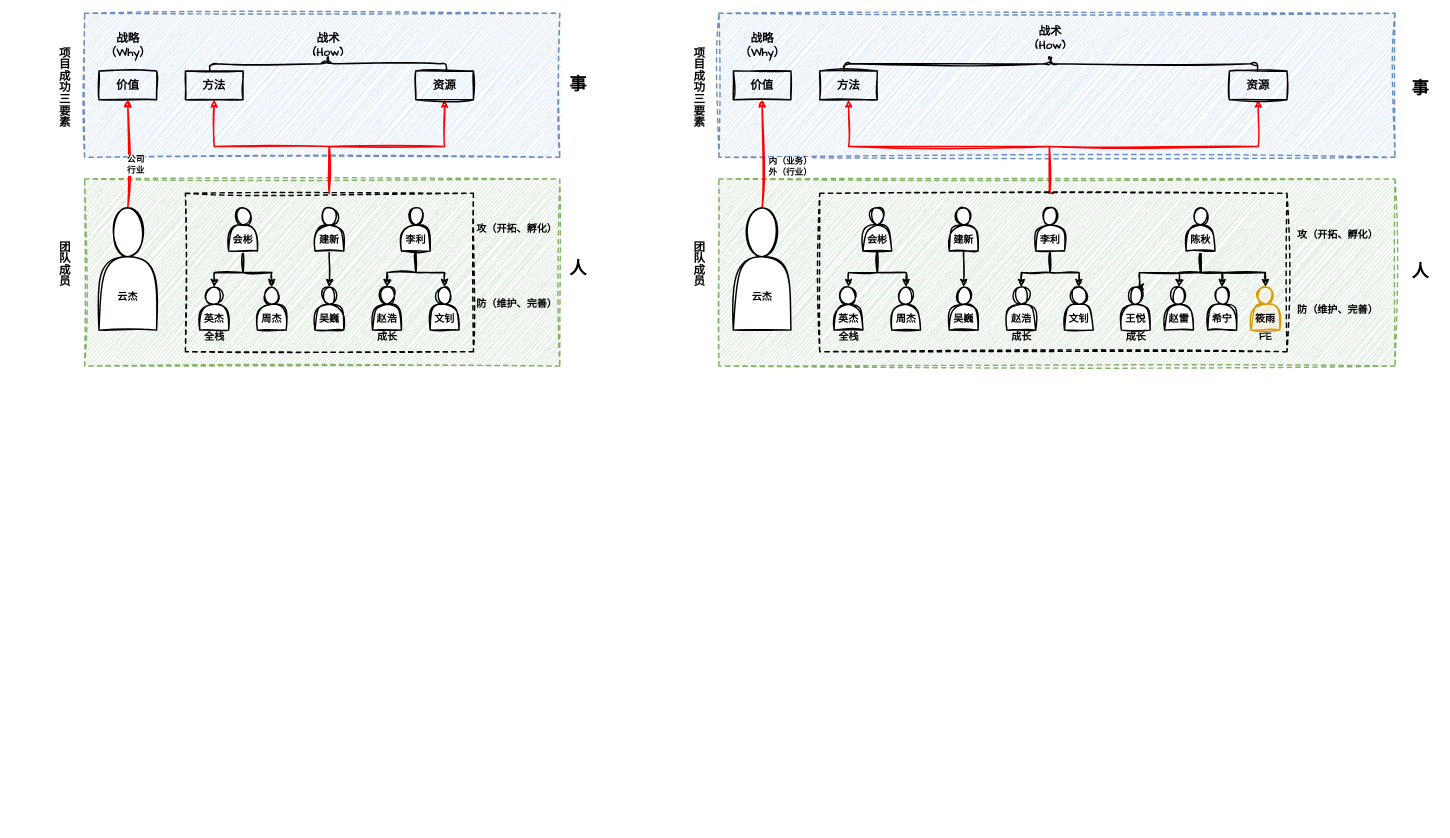
The draw.io diagram personal/duyunjie/管理理念.drawio in zhuanzhuan-tech/arch-draw-io, before the edit. Source tidied: cells renumbered, new cells numbered last; positions are measured from the earlier drawing's top-left corner, leaving out a move shared by most shapes. Both pictures are drawn from the tidied source at 72%, with x=0, y=0 at pixel (12, -143).
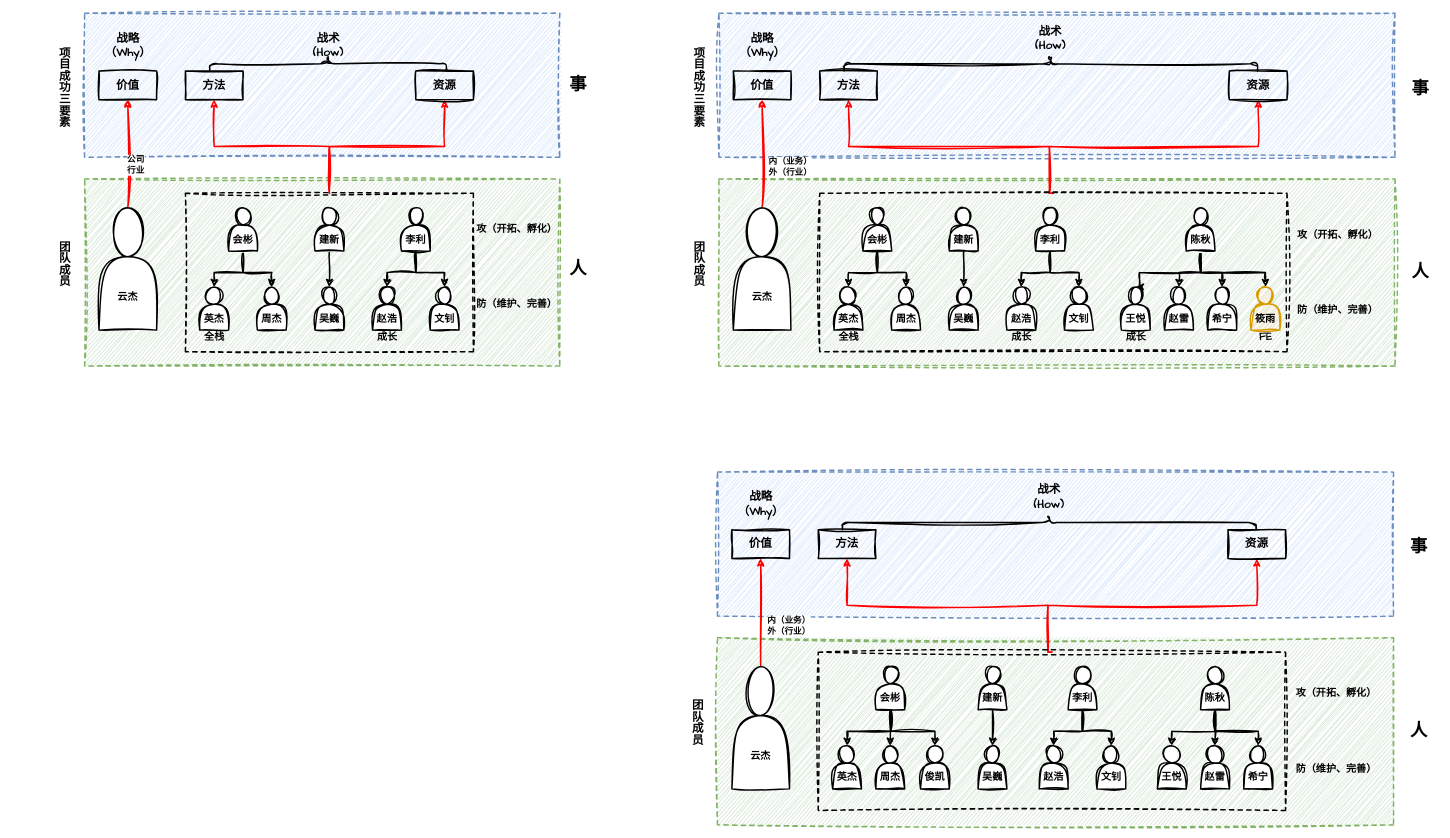
After the change.

Commit message:
更新管理理念.drawio

What changed in the source:
```diff
@@
+    <mxCell id="83" style="rounded=0;whiteSpace=wrap;html=1;sketch=1;hachureGap=4;jiggle=2;curveFitting=1;fontFamily=Architects Daughter;fillColor=#dae8fc;strokeWidth=2;dashed=1;strokeColor=#6c8ebf;" parent="1" vertex="1">
+      <mxGeometry x="979" y="854.2" width="939" height="200" as="geometry" />
+    </mxCell>
+    <mxCell id="84" style="rounded=0;whiteSpace=wrap;html=1;sketch=1;hachureGap=4;jiggle=2;curveFitting=1;fontFamily=Architects Daughter;fillColor=#d5e8d4;dashed=1;strokeWidth=2;strokeColor=#82b366;" parent="1" vertex="1">
+      <mxGeometry x="979" y="1084.2" width="939" height="260" as="geometry" />
+    </mxCell>
+    <mxCell id="85" style="edgeStyle=orthogonalEdgeStyle;rounded=0;sketch=1;hachureGap=4;jiggle=2;curveFitting=1;jettySize=auto;html=1;exitX=0.5;exitY=0;exitDx=0;exitDy=0;entryX=0.5;entryY=1;entryDx=0;entryDy=0;fontFamily=Architects Daughter;strokeWidth=2;strokeColor=#FF0000;" parent="1" edge="1" source="87" target="89">
+      <mxGeometry relative="1" as="geometry">
+        <Array as="points">
+          <mxPoint x="1438" y="1104.2" />
+          <mxPoint x="1438" y="1039.2" />
+          <mxPoint x="1159" y="1039.2" />
+        </Array>
+      </mxGeometry>
+    </mxCell>
+    <mxCell id="86" style="edgeStyle=orthogonalEdgeStyle;rounded=0;sketch=1;hachureGap=4;jiggle=2;curveFitting=1;jettySize=auto;html=1;exitX=0.5;exitY=0;exitDx=0;exitDy=0;entryX=0.5;entryY=1;entryDx=0;entryDy=0;fontFamily=Architects Daughter;strokeWidth=2;strokeColor=#FF0000;" parent="1" edge="1" source="87" target="90">
+      <mxGeometry relative="1" as="geometry">
+        <Array as="points">
+          <mxPoint x="1438" y="1104.2" />
+          <mxPoint x="1438" y="1039.2" />
+          <mxPoint x="1728" y="1039.2" />
+        </Array>
+      </mxGeometry>
+    </mxCell>
+    <mxCell id="87" style="rounded=0;whiteSpace=wrap;html=1;sketch=1;hachureGap=4;jiggle=2;curveFitting=1;fontFamily=Architects Daughter;fillColor=none;dashed=1;strokeWidth=2;" parent="1" vertex="1">
+      <mxGeometry x="1119" y="1104.2" width="649" height="220" as="geometry" />
+    </mxCell>
+    <mxCell id="88" value="&lt;b&gt;&lt;font style=&quot;font-size: 16px;&quot;&gt;价值&lt;/font&gt;&lt;/b&gt;" style="rounded=0;whiteSpace=wrap;html=1;sketch=1;hachureGap=4;jiggle=2;curveFitting=1;fontFamily=Architects Daughter;fillColor=none;strokeWidth=2;" parent="1" vertex="1">
+      <mxGeometry x="999" y="934.2" width="80" height="40" as="geometry" />
+    </mxCell>
+    <mxCell id="89" value="&lt;span style=&quot;font-size: 16px;&quot;&gt;&lt;b&gt;方法&lt;/b&gt;&lt;/span&gt;" style="rounded=0;whiteSpace=wrap;html=1;sketch=1;hachureGap=4;jiggle=2;curveFitting=1;fontFamily=Architects Daughter;fillColor=none;strokeWidth=2;" parent="1" vertex="1">
+      <mxGeometry x="1119" y="934.2" width="80" height="40" as="geometry" />
+    </mxCell>
+    <mxCell id="90" value="&lt;span style=&quot;font-size: 16px;&quot;&gt;&lt;b&gt;资源&lt;/b&gt;&lt;/span&gt;" style="rounded=0;whiteSpace=wrap;html=1;sketch=1;hachureGap=4;jiggle=2;curveFitting=1;fontFamily=Architects Daughter;fillColor=none;strokeWidth=2;" parent="1" vertex="1">
+      <mxGeometry x="1688" y="934.2" width="80" height="40" as="geometry" />
+    </mxCell>
+    <mxCell id="91" style="shape=curlyBracket;whiteSpace=wrap;html=1;rounded=1;labelPosition=left;verticalLabelPosition=middle;align=right;verticalAlign=middle;sketch=1;hachureGap=4;jiggle=2;curveFitting=1;fontFamily=Architects Daughter;strokeWidth=2;rotation=90;" parent="1" vertex="1">
+      <mxGeometry x="1429.9" y="637" width="20" height="574.4" as="geometry" />
+    </mxCell>
+    <mxCell id="92" value="&lt;b&gt;&lt;font style=&quot;font-size: 16px;&quot;&gt;战术&lt;/font&gt;&lt;/b&gt;&lt;div&gt;&lt;b&gt;&lt;font style=&quot;font-size: 16px;&quot;&gt;(How)&lt;/font&gt;&lt;/b&gt;&lt;/div&gt;" style="text;html=1;align=center;verticalAlign=middle;strokeColor=none;fillColor=none;fontFamily=Architects Daughter;" parent="1" vertex="1">
+      <mxGeometry x="1404" y="864.2" width="70" height="50" as="geometry" />
+    </mxCell>
+    <mxCell id="93" value="&lt;b&gt;&lt;font style=&quot;font-size: 16px;&quot;&gt;战略&lt;/font&gt;&lt;/b&gt;&lt;div&gt;&lt;b&gt;&lt;font style=&quot;font-size: 16px;&quot;&gt;（Why）&lt;/font&gt;&lt;/b&gt;&lt;/div&gt;" style="text;html=1;align=center;verticalAlign=middle;strokeColor=none;fillColor=none;fontFamily=Architects Daughter;" parent="1" vertex="1">
+      <mxGeometry x="994" y="874.2" width="90" height="50" as="geometry" />
+    </mxCell>
+    <mxCell id="94" style="edgeStyle=orthogonalEdgeStyle;rounded=0;sketch=1;hachureGap=4;jiggle=2;curveFitting=1;jettySize=auto;html=1;exitX=0.5;exitY=1;exitDx=0;exitDy=0;entryX=0.5;entryY=0;entryDx=0;entryDy=0;fontFamily=Architects Daughter;strokeWidth=2;" parent="1" edge="1" source="97" target="98">
+      <mxGeometry relative="1" as="geometry">
+        <Array as="points">
+          <mxPoint x="1220" y="1184" />
+          <mxPoint x="1220" y="1214" />
+          <mxPoint x="1159" y="1214" />
+        </Array>
+      </mxGeometry>
+    </mxCell>
+    <mxCell id="95" style="edgeStyle=orthogonalEdgeStyle;rounded=0;sketch=1;hachureGap=4;jiggle=2;curveFitting=1;jettySize=auto;html=1;exitX=0.5;exitY=1;exitDx=0;exitDy=0;entryX=0.5;entryY=0;entryDx=0;entryDy=0;fontFamily=Architects Daughter;strokeWidth=2;" parent="1" edge="1" source="97" target="123">
+      <mxGeometry relative="1" as="geometry">
+        <Array as="points">
+          <mxPoint x="1220" y="1184" />
+          <mxPoint x="1220" y="1214" />
+          <mxPoint x="1281" y="1214" />
+        </Array>
+      </mxGeometry>
+    </mxCell>
+    <mxCell id="96" style="edgeStyle=orthogonalEdgeStyle;rounded=0;sketch=1;hachureGap=4;jiggle=2;curveFitting=1;jettySize=auto;html=1;exitX=0.5;exitY=1;exitDx=0;exitDy=0;entryX=0.5;entryY=0;entryDx=0;entryDy=0;fontFamily=Architects Daughter;strokeWidth=2;" parent="1" edge="1" source="97" target="99">
+      <mxGeometry relative="1" as="geometry" />
+    </mxCell>
+    <mxCell id="97" value="&lt;div&gt;&lt;br&gt;&lt;/div&gt;&lt;div&gt;&lt;br&gt;&lt;/div&gt;&lt;b&gt;&lt;font style=&quot;font-size: 14px;&quot;&gt;会彬&lt;/font&gt;&lt;/b&gt;" style="shape=actor;whiteSpace=wrap;html=1;sketch=1;hachureGap=4;jiggle=2;curveFitting=1;fontFamily=Architects Daughter;strokeWidth=2;" parent="1" vertex="1">
+      <mxGeometry x="1199" y="1124.2" width="40" height="60" as="geometry" />
+    </mxCell>
+    <mxCell id="98" value="&lt;div&gt;&lt;br&gt;&lt;/div&gt;&lt;div&gt;&lt;br&gt;&lt;/div&gt;&lt;span style=&quot;font-size: 14px;&quot;&gt;&lt;b&gt;英杰&lt;/b&gt;&lt;/span&gt;" style="shape=actor;whiteSpace=wrap;html=1;sketch=1;hachureGap=4;jiggle=2;curveFitting=1;fontFamily=Architects Daughter;strokeWidth=2;" parent="1" vertex="1">
+      <mxGeometry x="1139" y="1234.2" width="40" height="60" as="geometry" />
+    </mxCell>
+    <mxCell id="99" value="&lt;div&gt;&lt;br&gt;&lt;/div&gt;&lt;div&gt;&lt;br&gt;&lt;/div&gt;&lt;span style=&quot;font-size: 14px;&quot;&gt;&lt;b&gt;周杰&lt;/b&gt;&lt;/span&gt;" style="shape=actor;whiteSpace=wrap;html=1;sketch=1;hachureGap=4;jiggle=2;curveFitting=1;fontFamily=Architects Daughter;strokeWidth=2;" parent="1" vertex="1">
+      <mxGeometry x="1199" y="1234.2" width="40" height="60" as="geometry" />
+    </mxCell>
+    <mxCell id="100" style="edgeStyle=orthogonalEdgeStyle;rounded=0;sketch=1;hachureGap=4;jiggle=2;curveFitting=1;jettySize=auto;html=1;exitX=0.5;exitY=1;exitDx=0;exitDy=0;entryX=0.5;entryY=0;entryDx=0;entryDy=0;fontFamily=Architects Daughter;strokeWidth=2;" parent="1" edge="1" source="101" target="102">
+      <mxGeometry relative="1" as="geometry" />
+    </mxCell>
+    <mxCell id="101" value="&lt;div&gt;&lt;br&gt;&lt;/div&gt;&lt;div&gt;&lt;br&gt;&lt;/div&gt;&lt;span style=&quot;font-size: 14px;&quot;&gt;&lt;b&gt;建新&lt;/b&gt;&lt;/span&gt;" style="shape=actor;whiteSpace=wrap;html=1;sketch=1;hachureGap=4;jiggle=2;curveFitting=1;fontFamily=Architects Daughter;strokeWidth=2;" parent="1" vertex="1">
+      <mxGeometry x="1341" y="1124.2" width="40" height="60" as="geometry" />
+    </mxCell>
+    <mxCell id="102" value="&lt;div&gt;&lt;br&gt;&lt;/div&gt;&lt;div&gt;&lt;br&gt;&lt;/div&gt;&lt;b&gt;&lt;font style=&quot;font-size: 14px;&quot;&gt;吴巍&lt;/font&gt;&lt;/b&gt;" style="shape=actor;whiteSpace=wrap;html=1;sketch=1;hachureGap=4;jiggle=2;curveFitting=1;fontFamily=Architects Daughter;strokeWidth=2;" parent="1" vertex="1">
+      <mxGeometry x="1341" y="1234.2" width="40" height="60" as="geometry" />
+    </mxCell>
+    <mxCell id="103" style="edgeStyle=orthogonalEdgeStyle;rounded=0;sketch=1;hachureGap=4;jiggle=2;curveFitting=1;jettySize=auto;html=1;exitX=0.5;exitY=1;exitDx=0;exitDy=0;entryX=0.5;entryY=0;entryDx=0;entryDy=0;fontFamily=Architects Daughter;strokeWidth=2;" parent="1" edge="1" source="105" target="106">
+      <mxGeometry relative="1" as="geometry">
+        <Array as="points">
+          <mxPoint x="1486" y="1214.2" />
+          <mxPoint x="1446" y="1214.2" />
+        </Array>
+      </mxGeometry>
+    </mxCell>
+    <mxCell id="104" style="edgeStyle=orthogonalEdgeStyle;rounded=0;sketch=1;hachureGap=4;jiggle=2;curveFitting=1;jettySize=auto;html=1;exitX=0.5;exitY=1;exitDx=0;exitDy=0;entryX=0.5;entryY=0;entryDx=0;entryDy=0;fontFamily=Architects Daughter;strokeWidth=2;" parent="1" edge="1" source="105" target="107">
+      <mxGeometry relative="1" as="geometry">
+        <Array as="points">
+          <mxPoint x="1486" y="1214.2" />
+          <mxPoint x="1526" y="1214.2" />
+        </Array>
+      </mxGeometry>
+    </mxCell>
+    <mxCell id="105" value="&lt;div&gt;&lt;br&gt;&lt;/div&gt;&lt;div&gt;&lt;br&gt;&lt;/div&gt;&lt;span style=&quot;font-size: 14px;&quot;&gt;&lt;b&gt;李利&lt;/b&gt;&lt;/span&gt;" style="shape=actor;whiteSpace=wrap;html=1;sketch=1;hachureGap=4;jiggle=2;curveFitting=1;fontFamily=Architects Daughter;strokeWidth=2;" parent="1" vertex="1">
+      <mxGeometry x="1466" y="1124.2" width="40" height="60" as="geometry" />
+    </mxCell>
+    <mxCell id="106" value="&lt;div&gt;&lt;br&gt;&lt;/div&gt;&lt;div&gt;&lt;br&gt;&lt;/div&gt;&lt;b&gt;&lt;font style=&quot;font-size: 14px;&quot;&gt;赵浩&lt;/font&gt;&lt;/b&gt;" style="shape=actor;whiteSpace=wrap;html=1;sketch=1;hachureGap=4;jiggle=2;curveFitting=1;fontFamily=Architects Daughter;strokeWidth=2;" parent="1" vertex="1">
+      <mxGeometry x="1426" y="1234.2" width="40" height="60" as="geometry" />
+    </mxCell>
+    <mxCell id="107" value="&lt;div&gt;&lt;br&gt;&lt;/div&gt;&lt;div&gt;&lt;br&gt;&lt;/div&gt;&lt;span style=&quot;font-size: 14px;&quot;&gt;&lt;b&gt;文钊&lt;/b&gt;&lt;/span&gt;" style="shape=actor;whiteSpace=wrap;html=1;sketch=1;hachureGap=4;jiggle=2;curveFitting=1;fontFamily=Architects Daughter;strokeWidth=2;" parent="1" vertex="1">
+      <mxGeometry x="1506" y="1234.2" width="40" height="60" as="geometry" />
+    </mxCell>
+    <mxCell id="108" style="edgeStyle=orthogonalEdgeStyle;rounded=0;sketch=1;hachureGap=4;jiggle=2;curveFitting=1;jettySize=auto;html=1;exitX=0.5;exitY=0;exitDx=0;exitDy=0;entryX=0.5;entryY=1;entryDx=0;entryDy=0;fontFamily=Architects Daughter;strokeWidth=2;strokeColor=#FF0000;" parent="1" edge="1" source="110" target="88">
+      <mxGeometry relative="1" as="geometry" />
+    </mxCell>
+    <mxCell id="109" value="&lt;b&gt;&lt;font style=&quot;font-size: 12px;&quot;&gt;内（业务）&lt;/font&gt;&lt;/b&gt;&lt;div&gt;&lt;b&gt;&lt;font style=&quot;font-size: 12px;&quot;&gt;外（行业）&lt;/font&gt;&lt;/b&gt;&lt;/div&gt;" style="edgeLabel;html=1;align=center;verticalAlign=middle;sketch=1;hachureGap=4;jiggle=2;curveFitting=1;fontFamily=Architects Daughter;" parent="108" vertex="1">
+      <mxGeometry x="-0.32" y="3" relative="1" as="geometry">
+        <mxPoint x="41" y="-6" as="offset" />
+      </mxGeometry>
+    </mxCell>
+    <mxCell id="110" value="&lt;div&gt;&lt;br&gt;&lt;/div&gt;&lt;div&gt;&lt;br&gt;&lt;/div&gt;&lt;b&gt;&lt;font style=&quot;font-size: 14px;&quot;&gt;&lt;div&gt;&lt;b&gt;&lt;font style=&quot;font-size: 14px;&quot;&gt;&lt;br&gt;&lt;/font&gt;&lt;/b&gt;&lt;/div&gt;&lt;div&gt;&lt;b&gt;&lt;font style=&quot;font-size: 14px;&quot;&gt;&lt;br&gt;&lt;/font&gt;&lt;/b&gt;&lt;/div&gt;&lt;div&gt;&lt;b&gt;&lt;font style=&quot;font-size: 14px;&quot;&gt;&lt;br&gt;&lt;/font&gt;&lt;/b&gt;&lt;/div&gt;云杰&lt;/font&gt;&lt;/b&gt;" style="shape=actor;whiteSpace=wrap;html=1;sketch=1;hachureGap=4;jiggle=2;curveFitting=1;fontFamily=Architects Daughter;strokeWidth=2;" parent="1" vertex="1">
+      <mxGeometry x="999" y="1124.2" width="80" height="170" as="geometry" />
+    </mxCell>
+    <mxCell id="111" value="&lt;b&gt;&lt;font style=&quot;font-size: 14px;&quot;&gt;攻（开拓、孵化）&lt;/font&gt;&lt;/b&gt;" style="text;html=1;align=center;verticalAlign=middle;strokeColor=none;fillColor=none;fontFamily=Architects Daughter;" parent="1" vertex="1">
+      <mxGeometry x="1768" y="1146.7" width="140" height="30" as="geometry" />
+    </mxCell>
+    <mxCell id="112" value="&lt;b&gt;&lt;font style=&quot;font-size: 14px;&quot;&gt;防（维护、完善）&lt;/font&gt;&lt;/b&gt;" style="text;html=1;align=center;verticalAlign=middle;strokeColor=none;fillColor=none;fontFamily=Architects Daughter;" parent="1" vertex="1">
+      <mxGeometry x="1768" y="1251.7" width="140" height="30" as="geometry" />
+    </mxCell>
+    <mxCell id="113" value="&lt;font style=&quot;font-size: 16px;&quot;&gt;&lt;b&gt;团队成员&lt;/b&gt;&lt;/font&gt;" style="text;html=1;align=center;verticalAlign=middle;strokeColor=none;fillColor=none;fontFamily=Architects Daughter;textDirection=vertical-lr;" parent="1" vertex="1">
+      <mxGeometry x="904" y="1199.2" width="90" height="30" as="geometry" />
+    </mxCell>
+    <mxCell id="114" value="&lt;b style=&quot;&quot;&gt;&lt;font style=&quot;font-size: 24px;&quot;&gt;事&lt;/font&gt;&lt;/b&gt;" style="text;html=1;align=center;verticalAlign=middle;strokeColor=none;fillColor=none;fontFamily=Architects Daughter;" parent="1" vertex="1">
+      <mxGeometry x="1928" y="939.2" width="50" height="40" as="geometry" />
+    </mxCell>
+    <mxCell id="115" value="&lt;span style=&quot;font-size: 24px;&quot;&gt;&lt;b&gt;人&lt;/b&gt;&lt;/span&gt;" style="text;html=1;align=center;verticalAlign=middle;strokeColor=none;fillColor=none;fontFamily=Architects Daughter;" parent="1" vertex="1">
+      <mxGeometry x="1928" y="1194.2" width="50" height="40" as="geometry" />
+    </mxCell>
+    <mxCell id="116" style="edgeStyle=orthogonalEdgeStyle;rounded=0;sketch=1;hachureGap=4;jiggle=2;curveFitting=1;jettySize=auto;html=1;exitX=0.5;exitY=1;exitDx=0;exitDy=0;entryX=0.5;entryY=0;entryDx=0;entryDy=0;fontFamily=Architects Daughter;strokeWidth=2;" parent="1" edge="1" source="119" target="120">
+      <mxGeometry relative="1" as="geometry">
+        <Array as="points">
+          <mxPoint x="1700" y="1214.2" />
+          <mxPoint x="1615" y="1214.2" />
+        </Array>
+      </mxGeometry>
+    </mxCell>
+    <mxCell id="117" style="edgeStyle=orthogonalEdgeStyle;rounded=0;sketch=1;hachureGap=4;jiggle=2;curveFitting=1;jettySize=auto;html=1;exitX=0.5;exitY=1;exitDx=0;exitDy=0;entryX=0.5;entryY=0;entryDx=0;entryDy=0;fontFamily=Architects Daughter;strokeWidth=2;" parent="1" edge="1" source="119" target="121">
+      <mxGeometry relative="1" as="geometry">
+        <Array as="points">
+          <mxPoint x="1670" y="1207" />
+          <mxPoint x="1670" y="1207" />
+        </Array>
+      </mxGeometry>
+    </mxCell>
+    <mxCell id="118" style="edgeStyle=orthogonalEdgeStyle;rounded=0;sketch=1;hachureGap=4;jiggle=2;curveFitting=1;jettySize=auto;html=1;exitX=0.5;exitY=1;exitDx=0;exitDy=0;entryX=0.5;entryY=0;entryDx=0;entryDy=0;fontFamily=Architects Daughter;strokeWidth=2;" parent="1" edge="1" source="119" target="122">
+      <mxGeometry relative="1" as="geometry">
+        <Array as="points">
+          <mxPoint x="1670" y="1214" />
+          <mxPoint x="1730" y="1214" />
+        </Array>
+      </mxGeometry>
+    </mxCell>
+    <mxCell id="119" value="&lt;div&gt;&lt;br&gt;&lt;/div&gt;&lt;div&gt;&lt;br&gt;&lt;/div&gt;&lt;span style=&quot;font-size: 14px;&quot;&gt;&lt;b&gt;陈秋&lt;/b&gt;&lt;/span&gt;" style="shape=actor;whiteSpace=wrap;html=1;sketch=1;hachureGap=4;jiggle=2;curveFitting=1;fontFamily=Architects Daughter;strokeWidth=2;" parent="1" vertex="1">
+      <mxGeometry x="1650" y="1124.2" width="40" height="60" as="geometry" />
+    </mxCell>
+    <mxCell id="120" value="&lt;div&gt;&lt;br&gt;&lt;/div&gt;&lt;div&gt;&lt;br&gt;&lt;/div&gt;&lt;b&gt;&lt;font style=&quot;font-size: 14px;&quot;&gt;王悦&lt;/font&gt;&lt;/b&gt;" style="shape=actor;whiteSpace=wrap;html=1;sketch=1;hachureGap=4;jiggle=2;curveFitting=1;fontFamily=Architects Daughter;strokeWidth=2;" parent="1" vertex="1">
+      <mxGeometry x="1590" y="1234.2" width="40" height="60" as="geometry" />
+    </mxCell>
+    <mxCell id="121" value="&lt;div&gt;&lt;br&gt;&lt;/div&gt;&lt;div&gt;&lt;br&gt;&lt;/div&gt;&lt;span style=&quot;font-size: 14px;&quot;&gt;&lt;b&gt;赵雷&lt;/b&gt;&lt;/span&gt;" style="shape=actor;whiteSpace=wrap;html=1;sketch=1;hachureGap=4;jiggle=2;curveFitting=1;fontFamily=Architects Daughter;strokeWidth=2;" parent="1" vertex="1">
+      <mxGeometry x="1650" y="1234.2" width="40" height="60" as="geometry" />
+    </mxCell>
+    <mxCell id="122" value="&lt;div&gt;&lt;br&gt;&lt;/div&gt;&lt;div&gt;&lt;br&gt;&lt;/div&gt;&lt;span style=&quot;font-size: 14px;&quot;&gt;&lt;b&gt;希宁&lt;/b&gt;&lt;/span&gt;" style="shape=actor;whiteSpace=wrap;html=1;sketch=1;hachureGap=4;jiggle=2;curveFitting=1;fontFamily=Architects Daughter;strokeWidth=2;" parent="1" vertex="1">
+      <mxGeometry x="1710" y="1234.2" width="40" height="60" as="geometry" />
+    </mxCell>
+    <mxCell id="123" value="&lt;div&gt;&lt;br&gt;&lt;/div&gt;&lt;div&gt;&lt;br&gt;&lt;/div&gt;&lt;span style=&quot;font-size: 14px;&quot;&gt;&lt;b&gt;俊凯&lt;/b&gt;&lt;/span&gt;" style="shape=actor;whiteSpace=wrap;html=1;sketch=1;hachureGap=4;jiggle=2;curveFitting=1;fontFamily=Architects Daughter;strokeWidth=2;" parent="1" vertex="1">
+      <mxGeometry x="1261" y="1234.2" width="40" height="60" as="geometry" />
+    </mxCell>
```
